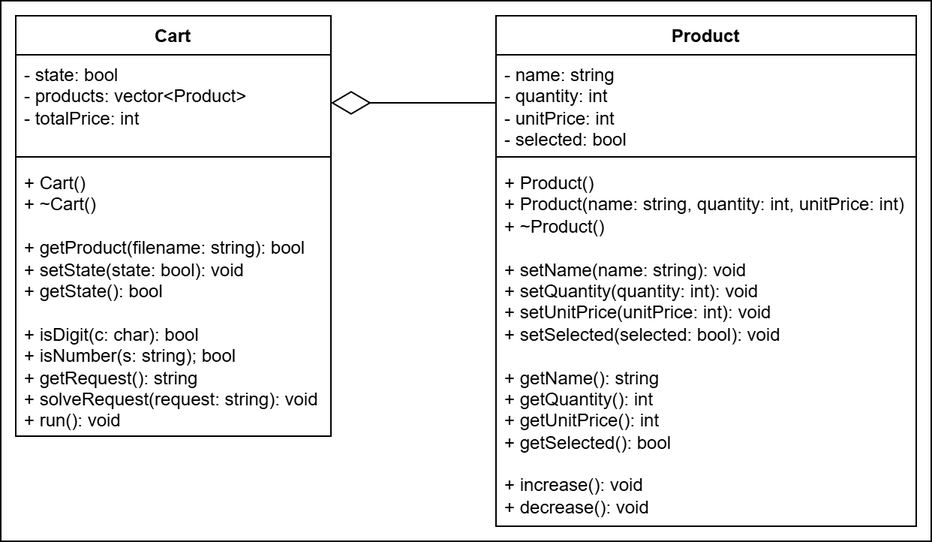
Before: W03-Constructor-Destructor/Assignment06/CartDiagram.png, a diagram exported from draw.io (Hacdess/OOP_HCMUS). Source tidied: cells renumbered, new cells last; positions are measured from the earlier drawing's top-left corner, leaving out a move shared by most shapes.
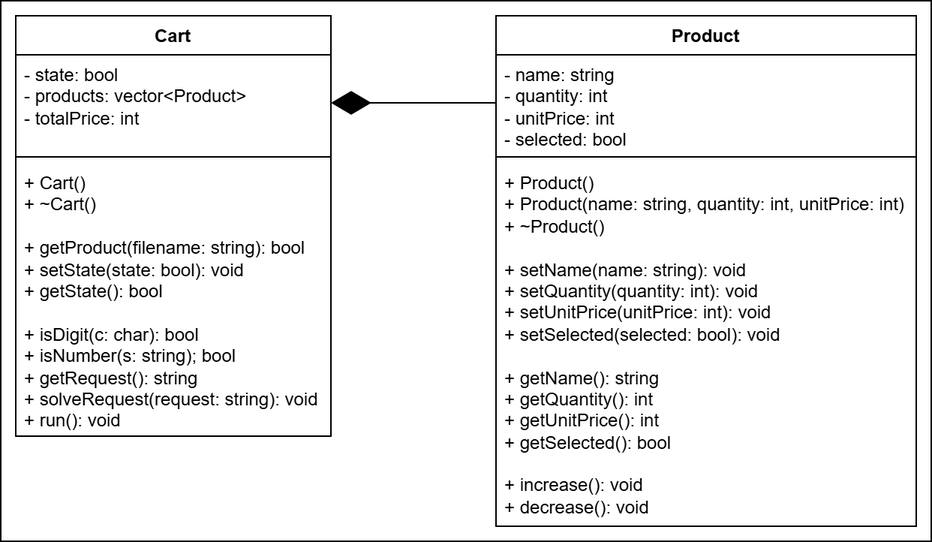
Above is the later version.

The edit, as a diff of the source:
```diff
@@ -29,7 +29,7 @@
     <mxCell id="10" value="+ Cart()&lt;div&gt;+ ~Cart()&lt;/div&gt;&lt;div&gt;&lt;br&gt;&lt;/div&gt;&lt;div&gt;+ getProduct(filename: string): bool&lt;/div&gt;&lt;div&gt;+ setState(state: bool): void&lt;/div&gt;&lt;div&gt;+ getState(): bool&lt;/div&gt;&lt;div&gt;&lt;br&gt;&lt;/div&gt;&lt;div&gt;+ isDigit(c: char): bool&lt;/div&gt;&lt;div&gt;+ isNumber(s: string); bool&lt;/div&gt;&lt;div&gt;+ getRequest(): string&lt;/div&gt;&lt;div&gt;+ solveRequest(request: string): void&lt;/div&gt;&lt;div&gt;+ run(): void&amp;nbsp;&lt;/div&gt;" style="text;strokeColor=none;fillColor=none;align=left;verticalAlign=top;spacingLeft=4;spacingRight=4;overflow=hidden;whiteSpace=wrap;html=1;" parent="7" vertex="1">
       <mxGeometry y="98" width="210" height="182" as="geometry" />
     </mxCell>
-    <mxCell id="11" style="endArrow=diamondThin;endFill=0;endSize=24;html=1;rounded=0;entryX=1;entryY=0.5;entryDx=0;entryDy=0;exitX=0;exitY=0.5;exitDx=0;exitDy=0;" parent="1" edge="1" source="4" target="8">
+    <mxCell id="11" style="endArrow=diamondThin;endFill=1;endSize=24;html=1;rounded=0;entryX=1;entryY=0.5;entryDx=0;entryDy=0;exitX=0;exitY=0.5;exitDx=0;exitDy=0;" parent="1" edge="1" source="4" target="8">
       <mxGeometry relative="1" as="geometry" />
     </mxCell>
   </root>
```
